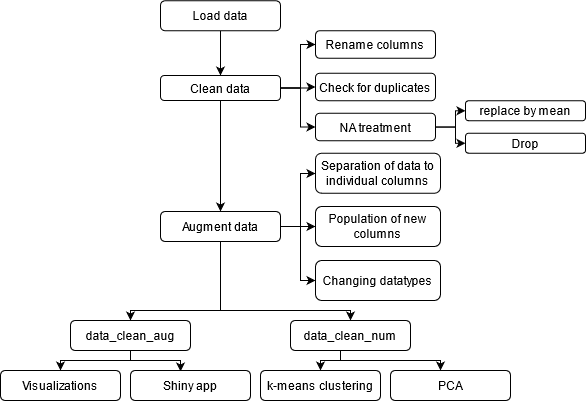
Before: doc/img/workflow.png, a diagram exported from draw.io (rforbiodatascience21/2021_group21_final_project). Source tidied: cells renumbered, new cells last; positions are measured from the earlier drawing's top-left corner, leaving out a move shared by most shapes.
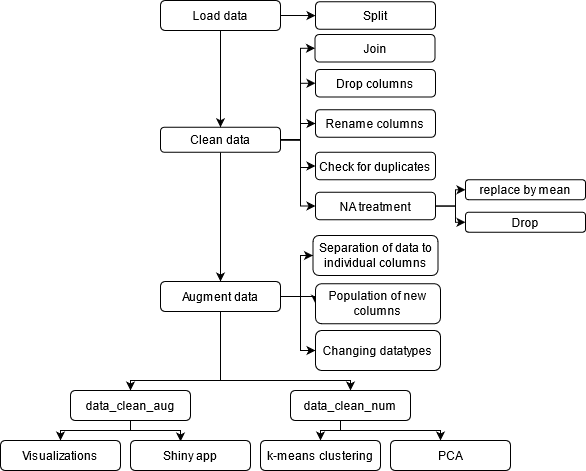
Above is the later version.

Commit message:
workflow new and more conclusion

Diff of the diagram source:
```diff
@@ -5,43 +5,69 @@
     <mxCell id="2" style="edgeStyle=orthogonalEdgeStyle;rounded=0;jettySize=auto;html=1;" parent="1" edge="1" source="3" target="8">
       <mxGeometry relative="1" as="geometry" />
     </mxCell>
+    <mxCell id="35" style="edgeStyle=orthogonalEdgeStyle;rounded=0;jettySize=auto;html=1;" parent="1" edge="1" source="3" target="39">
+      <mxGeometry relative="1" as="geometry" />
+    </mxCell>
     <mxCell id="3" value="Load data" style="rounded=1;whiteSpace=wrap;html=1;" parent="1" vertex="1">
-      <mxGeometry x="160" y="0.2" width="120" height="30" as="geometry" />
+      <mxGeometry x="160" y="-70" width="120" height="30" as="geometry" />
     </mxCell>
-    <mxCell id="4" style="edgeStyle=orthogonalEdgeStyle;rounded=0;jettySize=auto;html=1;entryX=0;entryY=0.5;entryDx=0;entryDy=0;" parent="1" edge="1" source="8" target="9">
+    <mxCell id="4" style="edgeStyle=orthogonalEdgeStyle;rounded=0;jettySize=auto;html=1;entryX=0;entryY=0.5;entryDx=0;entryDy=0;" parent="1" edge="1" target="9">
       <mxGeometry relative="1" as="geometry">
+        <mxPoint x="280" y="69.3" as="sourcePoint" />
         <Array as="points">
-          <mxPoint x="300" y="88" />
-          <mxPoint x="300" y="44" />
+          <mxPoint x="300" y="69" />
+          <mxPoint x="300" y="53" />
         </Array>
       </mxGeometry>
     </mxCell>
-    <mxCell id="5" style="edgeStyle=orthogonalEdgeStyle;rounded=0;jettySize=auto;html=1;exitX=1;exitY=0.5;exitDx=0;exitDy=0;entryX=0;entryY=0.5;entryDx=0;entryDy=0;" parent="1" edge="1" source="8" target="10">
+    <mxCell id="5" style="edgeStyle=orthogonalEdgeStyle;rounded=0;jettySize=auto;html=1;exitX=1;exitY=0.5;exitDx=0;exitDy=0;entryX=0;entryY=0.5;entryDx=0;entryDy=0;" parent="1" edge="1" target="10">
       <mxGeometry relative="1" as="geometry">
+        <mxPoint x="280" y="69.2" as="sourcePoint" />
         <Array as="points">
-          <mxPoint x="310" y="88" />
+          <mxPoint x="300" y="69" />
+          <mxPoint x="300" y="97" />
+          <mxPoint x="310" y="97" />
+          <mxPoint x="310" y="96" />
         </Array>
       </mxGeometry>
     </mxCell>
-    <mxCell id="6" style="edgeStyle=orthogonalEdgeStyle;rounded=0;jettySize=auto;html=1;exitX=1;exitY=0.5;exitDx=0;exitDy=0;entryX=0;entryY=0.5;entryDx=0;entryDy=0;" parent="1" edge="1" source="8" target="13">
+    <mxCell id="6" style="edgeStyle=orthogonalEdgeStyle;rounded=0;jettySize=auto;html=1;exitX=1;exitY=0.5;exitDx=0;exitDy=0;entryX=0;entryY=0.5;entryDx=0;entryDy=0;" parent="1" edge="1" target="13">
       <mxGeometry relative="1" as="geometry">
+        <mxPoint x="280" y="69.2" as="sourcePoint" />
         <Array as="points">
-          <mxPoint x="300" y="88" />
-          <mxPoint x="300" y="127" />
+          <mxPoint x="300" y="69" />
+          <mxPoint x="300" y="136" />
         </Array>
       </mxGeometry>
     </mxCell>
     <mxCell id="7" style="edgeStyle=orthogonalEdgeStyle;rounded=0;jettySize=auto;html=1;" parent="1" edge="1" source="8" target="21">
       <mxGeometry relative="1" as="geometry" />
     </mxCell>
+    <mxCell id="36" style="edgeStyle=orthogonalEdgeStyle;rounded=0;jettySize=auto;html=1;exitX=1;exitY=0.5;exitDx=0;exitDy=0;entryX=0;entryY=0.5;entryDx=0;entryDy=0;" parent="1" edge="1" target="38">
+      <mxGeometry relative="1" as="geometry">
+        <mxPoint x="280" y="69.2" as="sourcePoint" />
+        <Array as="points">
+          <mxPoint x="300" y="69" />
+          <mxPoint x="300" y="13" />
+        </Array>
+      </mxGeometry>
+    </mxCell>
+    <mxCell id="37" style="edgeStyle=orthogonalEdgeStyle;rounded=0;jettySize=auto;html=1;exitX=1;exitY=0.5;exitDx=0;exitDy=0;entryX=0;entryY=0.5;entryDx=0;entryDy=0;" parent="1" edge="1" source="8" target="40">
+      <mxGeometry relative="1" as="geometry">
+        <Array as="points">
+          <mxPoint x="300" y="69" />
+          <mxPoint x="300" y="-22" />
+        </Array>
+      </mxGeometry>
+    </mxCell>
     <mxCell id="8" value="Clean data" style="whiteSpace=wrap;html=1;rounded=1;" parent="1" vertex="1">
-      <mxGeometry x="160" y="75" width="120" height="25" as="geometry" />
+      <mxGeometry x="160" y="56.8" width="120" height="25" as="geometry" />
     </mxCell>
     <mxCell id="9" value="Rename columns" style="whiteSpace=wrap;html=1;rounded=1;" parent="1" vertex="1">
-      <mxGeometry x="315" y="30.2" width="120" height="27.5" as="geometry" />
+      <mxGeometry x="315" y="39.2" width="120" height="27.5" as="geometry" />
     </mxCell>
     <mxCell id="10" value="Check for duplicates" style="whiteSpace=wrap;html=1;rounded=1;" parent="1" vertex="1">
-      <mxGeometry x="315" y="72.8" width="120" height="27.5" as="geometry" />
+      <mxGeometry x="315" y="81.8" width="120" height="27.5" as="geometry" />
     </mxCell>
     <mxCell id="11" style="edgeStyle=orthogonalEdgeStyle;rounded=0;jettySize=auto;html=1;" parent="1" edge="1" source="13" target="14">
       <mxGeometry relative="1" as="geometry" />
@@ -49,25 +75,25 @@
     <mxCell id="12" style="edgeStyle=orthogonalEdgeStyle;rounded=0;jettySize=auto;html=1;exitX=1;exitY=0.5;exitDx=0;exitDy=0;entryX=0;entryY=0.5;entryDx=0;entryDy=0;" parent="1" edge="1" source="13" target="15">
       <mxGeometry relative="1" as="geometry">
         <Array as="points">
-          <mxPoint x="455" y="126.8" />
-          <mxPoint x="455" y="142.8" />
+          <mxPoint x="455" y="135.8" />
+          <mxPoint x="455" y="151.8" />
         </Array>
       </mxGeometry>
     </mxCell>
     <mxCell id="13" value="NA treatment" style="whiteSpace=wrap;html=1;rounded=1;" parent="1" vertex="1">
-      <mxGeometry x="315" y="112.8" width="120" height="27.5" as="geometry" />
+      <mxGeometry x="315" y="121.8" width="120" height="27.5" as="geometry" />
     </mxCell>
     <mxCell id="14" value="replace by mean" style="whiteSpace=wrap;html=1;rounded=1;" parent="1" vertex="1">
-      <mxGeometry x="465" y="100.2" width="120" height="20" as="geometry" />
+      <mxGeometry x="465" y="109.2" width="120" height="20" as="geometry" />
     </mxCell>
     <mxCell id="15" value="Drop" style="whiteSpace=wrap;html=1;rounded=1;" parent="1" vertex="1">
-      <mxGeometry x="465" y="132.8" width="120" height="20" as="geometry" />
+      <mxGeometry x="465" y="141.8" width="120" height="20" as="geometry" />
     </mxCell>
-    <mxCell id="16" style="edgeStyle=orthogonalEdgeStyle;rounded=0;jettySize=auto;html=1;" parent="1" edge="1" source="21" target="22">
+    <mxCell id="16" style="edgeStyle=orthogonalEdgeStyle;rounded=0;jettySize=auto;html=1;entryX=0;entryY=0.5;entryDx=0;entryDy=0;" parent="1" edge="1" source="21" target="22">
       <mxGeometry relative="1" as="geometry">
         <Array as="points">
           <mxPoint x="300" y="226" />
-          <mxPoint x="300" y="173" />
+          <mxPoint x="300" y="185" />
         </Array>
       </mxGeometry>
     </mxCell>
@@ -102,10 +128,10 @@
       <mxGeometry x="160" y="211" width="120" height="30" as="geometry" />
     </mxCell>
     <mxCell id="22" value="Separation of data to individual columns" style="whiteSpace=wrap;html=1;rounded=1;" parent="1" vertex="1">
-      <mxGeometry x="315" y="152.8" width="125" height="40" as="geometry" />
+      <mxGeometry x="312.5" y="165" width="125" height="40" as="geometry" />
     </mxCell>
     <mxCell id="23" value="Population of new columns" style="whiteSpace=wrap;html=1;rounded=1;" parent="1" vertex="1">
-      <mxGeometry x="315" y="206" width="125" height="40" as="geometry" />
+      <mxGeometry x="315" y="213.2" width="125" height="40" as="geometry" />
     </mxCell>
     <mxCell id="24" value="Changing datatypes" style="whiteSpace=wrap;html=1;rounded=1;" parent="1" vertex="1">
       <mxGeometry x="315" y="260" width="125" height="40" as="geometry" />
@@ -161,5 +187,14 @@
     <mxCell id="34" value="k-means clustering" style="whiteSpace=wrap;html=1;rounded=1;" parent="1" vertex="1">
       <mxGeometry x="260" y="370" width="120" height="30" as="geometry" />
     </mxCell>
+    <mxCell id="38" value="Drop columns" style="whiteSpace=wrap;html=1;rounded=1;" parent="1" vertex="1">
+      <mxGeometry x="315" y="-1" width="120" height="27.5" as="geometry" />
+    </mxCell>
+    <mxCell id="39" value="Split" style="whiteSpace=wrap;html=1;rounded=1;" parent="1" vertex="1">
+      <mxGeometry x="315" y="-68.8" width="120" height="27.5" as="geometry" />
+    </mxCell>
+    <mxCell id="40" value="Join" style="whiteSpace=wrap;html=1;rounded=1;" parent="1" vertex="1">
+      <mxGeometry x="314.5" y="-36" width="120" height="27.5" as="geometry" />
+    </mxCell>
   </root>
 </mxGraphModel>
```
